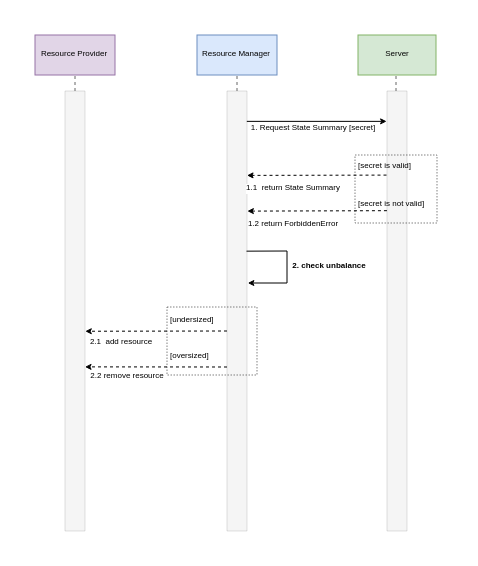
Earlier version of the draw.io diagram page "BALANCE CHECKING" (4 of 6) of Untitled Diagram.drawio (viniciusbds/diagrams). Source tidied: cells renumbered, new cells numbered last; positions are measured from the earlier drawing's top-left corner, leaving out a move shared by most shapes. Both pictures are drawn from the tidied source at 200%, with x=0, y=0 at pixel (34, 34).
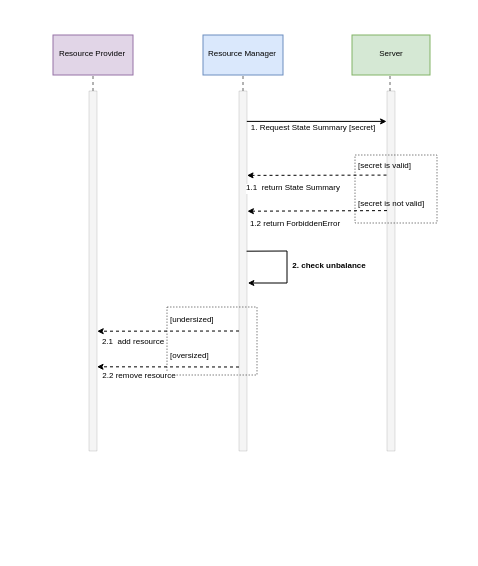
Above is the later version.

The edit, as a diff of the source:
```diff
@@
-    <mxCell id="2" style="edgeStyle=orthogonalEdgeStyle;rounded=0;jettySize=auto;html=1;exitX=0.5;exitY=0;exitDx=0;exitDy=0;endArrow=none;endFill=0;dashed=1;strokeWidth=0.5;fillColor=#f5f5f5;strokeColor=#666666;" parent="1" edge="1" source="3">
-      <mxGeometry relative="1" as="geometry">
-        <mxPoint x="101" y="8" as="targetPoint" />
-      </mxGeometry>
-    </mxCell>
-    <mxCell id="3" style="rounded=0;whiteSpace=wrap;html=1;fillColor=#f5f5f5;fontColor=#333333;strokeColor=#666666;strokeWidth=0;" parent="1" vertex="1">
-      <mxGeometry x="96" y="28" width="10" height="220" as="geometry" />
-    </mxCell>
-    <mxCell id="4" value="&lt;font style=&quot;font-size: 4px;&quot;&gt;Resource Manager&lt;/font&gt;" style="rounded=0;whiteSpace=wrap;html=1;strokeWidth=0.5;fillColor=#dae8fc;strokeColor=#6c8ebf;fontColor=default;align=center;verticalAlign=middle;spacing=2;fontSize=4;" parent="1" vertex="1">
-      <mxGeometry x="81" width="40" height="20" as="geometry" />
-    </mxCell>
+    <mxCell id="29" style="rounded=0;whiteSpace=wrap;html=1;fillColor=#f5f5f5;fontColor=#333333;strokeColor=#666666;strokeWidth=0;" parent="1" vertex="1">
+      <mxGeometry x="176" y="28" width="4" height="180" as="geometry" />
+    </mxCell>
+    <mxCell id="30" style="rounded=0;whiteSpace=wrap;html=1;fillColor=#f5f5f5;fontColor=#333333;strokeColor=#666666;strokeWidth=0;" parent="1" vertex="1">
+      <mxGeometry x="102" y="28" width="4" height="180" as="geometry" />
+    </mxCell>
     <mxCell id="5" value="&lt;font style=&quot;font-size: 4px;&quot;&gt;Server&lt;/font&gt;" style="rounded=0;whiteSpace=wrap;html=1;strokeWidth=0.5;fillColor=#d5e8d4;strokeColor=#82b366;verticalAlign=middle;fontSize=4;" parent="1" vertex="1">
-      <mxGeometry x="161.5" width="39" height="20" as="geometry" />
+      <mxGeometry x="158.5" width="39" height="20" as="geometry" />
     </mxCell>
-    <mxCell id="6" style="edgeStyle=orthogonalEdgeStyle;rounded=0;jettySize=auto;html=1;exitX=0.5;exitY=0;exitDx=0;exitDy=0;endArrow=none;endFill=0;dashed=1;strokeWidth=0.5;fillColor=#f5f5f5;strokeColor=#666666;entryX=0.5;entryY=1;entryDx=0;entryDy=0;" parent="1" edge="1" source="7">
+    <mxCell id="6" style="edgeStyle=orthogonalEdgeStyle;rounded=0;orthogonalLoop=1;jettySize=auto;html=1;exitX=0.5;exitY=0;exitDx=0;exitDy=0;endArrow=none;endFill=0;dashed=1;strokeWidth=0.5;fillColor=#f5f5f5;strokeColor=#666666;entryX=0.5;entryY=1;entryDx=0;entryDy=0;" parent="1" edge="1">
       <mxGeometry relative="1" as="geometry">
-        <mxPoint x="180.5" y="20" as="targetPoint" />
+        <mxPoint x="178" y="28" as="sourcePoint" />
+        <mxPoint x="177.5" y="20" as="targetPoint" />
         <Array as="points">
-          <mxPoint x="181" y="20" />
+          <mxPoint x="178" y="20" />
         </Array>
       </mxGeometry>
     </mxCell>
-    <mxCell id="7" style="rounded=0;whiteSpace=wrap;html=1;fillColor=#f5f5f5;fontColor=#333333;strokeColor=#666666;strokeWidth=0;" parent="1" vertex="1">
-      <mxGeometry x="176" y="28" width="10" height="220" as="geometry" />
-    </mxCell>
-    <mxCell id="8" style="endArrow=classic;html=1;rounded=0;fontSize=6;fontColor=#FFFFFF;strokeWidth=0.5;exitX=0.991;exitY=0.069;exitDx=0;exitDy=0;exitPerimeter=0;entryX=-0.019;entryY=0.069;entryDx=0;entryDy=0;entryPerimeter=0;endSize=2;" parent="1" edge="1" source="3" target="7">
-      <mxGeometry relative="1" as="geometry" />
+    <mxCell id="8" style="endArrow=classic;html=1;rounded=0;fontSize=6;fontColor=#FFFFFF;strokeWidth=0.5;exitX=0.991;exitY=0.069;exitDx=0;exitDy=0;exitPerimeter=0;entryX=-0.019;entryY=0.069;entryDx=0;entryDy=0;entryPerimeter=0;endSize=2;" parent="1" edge="1">
+      <mxGeometry relative="1" as="geometry">
+        <mxPoint x="105.9" y="43.2" as="sourcePoint" />
+        <mxPoint x="175.8" y="43.2" as="targetPoint" />
+      </mxGeometry>
     </mxCell>
@@
-    <mxCell id="10" style="edgeStyle=orthogonalEdgeStyle;rounded=0;jettySize=auto;html=1;exitX=0.5;exitY=0;exitDx=0;exitDy=0;endArrow=none;endFill=0;dashed=1;strokeWidth=0.5;fillColor=#f5f5f5;strokeColor=#666666;" parent="1" edge="1" source="11">
-      <mxGeometry relative="1" as="geometry">
-        <mxPoint x="20" y="8" as="targetPoint" />
-      </mxGeometry>
-    </mxCell>
-    <mxCell id="11" style="rounded=0;whiteSpace=wrap;html=1;fillColor=#f5f5f5;fontColor=#333333;strokeColor=#666666;strokeWidth=0;" parent="1" vertex="1">
-      <mxGeometry x="15" y="28" width="10" height="220" as="geometry" />
-    </mxCell>
-    <mxCell id="12" value="&lt;font style=&quot;font-size: 4px;&quot;&gt;Resource Provider&lt;/font&gt;" style="rounded=0;whiteSpace=wrap;html=1;strokeWidth=0.5;fillColor=#e1d5e7;strokeColor=#9673a6;align=center;verticalAlign=middle;spacing=2;fontSize=4;" parent="1" vertex="1">
-      <mxGeometry width="40" height="20" as="geometry" />
-    </mxCell>
@@
-    <mxCell id="18" style="endArrow=classic;html=1;rounded=0;fontSize=4;fontColor=#000000;endSize=2;strokeWidth=0.5;entryX=1.018;entryY=0.273;entryDx=0;entryDy=0;entryPerimeter=0;dashed=1;exitX=-0.003;exitY=0.272;exitDx=0;exitDy=0;exitPerimeter=0;" parent="1" edge="1" source="7" target="3">
-      <mxGeometry relative="1" as="geometry" />
+    <mxCell id="18" style="endArrow=classic;html=1;rounded=0;fontSize=4;fontColor=#000000;endSize=2;strokeWidth=0.5;entryX=1.018;entryY=0.273;entryDx=0;entryDy=0;entryPerimeter=0;dashed=1;exitX=-0.003;exitY=0.272;exitDx=0;exitDy=0;exitPerimeter=0;" parent="1" edge="1">
+      <mxGeometry relative="1" as="geometry">
+        <mxPoint x="176" y="87.8" as="sourcePoint" />
+        <mxPoint x="106.2" y="88.1" as="targetPoint" />
+      </mxGeometry>
     </mxCell>
@@
-    <mxCell id="24" style="endArrow=classic;html=1;rounded=0;fontSize=4;fontColor=#000000;endSize=2;strokeWidth=0.5;exitX=0.001;exitY=0.173;exitDx=0;exitDy=0;exitPerimeter=0;dashed=1;entryX=1.013;entryY=0.546;entryDx=0;entryDy=0;entryPerimeter=0;" parent="1" edge="1" target="11">
+    <mxCell id="24" style="endArrow=classic;html=1;rounded=0;fontSize=4;fontColor=#000000;endSize=2;strokeWidth=0.5;exitX=0.001;exitY=0.173;exitDx=0;exitDy=0;exitPerimeter=0;dashed=1;entryX=1.013;entryY=0.546;entryDx=0;entryDy=0;entryPerimeter=0;" parent="1" edge="1">
       <mxGeometry relative="1" as="geometry">
-        <mxPoint x="96" y="148" as="sourcePoint" />
+        <mxPoint x="102" y="148" as="sourcePoint" />
+        <mxPoint x="31.1" y="148.1" as="targetPoint" />
       </mxGeometry>
     </mxCell>
@@
-    <mxCell id="26" style="endArrow=classic;html=1;rounded=0;fontSize=4;fontColor=#000000;endSize=2;strokeWidth=0.5;exitX=0.001;exitY=0.173;exitDx=0;exitDy=0;exitPerimeter=0;dashed=1;entryX=1;entryY=0.627;entryDx=0;entryDy=0;entryPerimeter=0;" parent="1" edge="1" target="11">
+    <mxCell id="26" style="endArrow=classic;html=1;rounded=0;fontSize=4;fontColor=#000000;endSize=2;strokeWidth=0.5;exitX=0.001;exitY=0.173;exitDx=0;exitDy=0;exitPerimeter=0;dashed=1;entryX=1;entryY=0.627;entryDx=0;entryDy=0;entryPerimeter=0;" parent="1" edge="1">
       <mxGeometry relative="1" as="geometry">
-        <mxPoint x="96" y="166" as="sourcePoint" />
+        <mxPoint x="102" y="166" as="sourcePoint" />
+        <mxPoint x="31" y="165.9" as="targetPoint" />
       </mxGeometry>
     </mxCell>
@@
-    <mxCell id="28" style="endArrow=classic;html=1;rounded=0;fontSize=3;fontColor=#000000;endSize=2;strokeWidth=0.5;entryX=1.043;entryY=0.276;entryDx=0;entryDy=0;entryPerimeter=0;exitX=0.976;exitY=0.364;exitDx=0;exitDy=0;exitPerimeter=0;" parent="1" edge="1" source="3">
+    <mxCell id="28" style="endArrow=classic;html=1;rounded=0;fontSize=3;fontColor=#000000;endSize=2;strokeWidth=0.5;entryX=1.043;entryY=0.276;entryDx=0;entryDy=0;entryPerimeter=0;exitX=0.976;exitY=0.364;exitDx=0;exitDy=0;exitPerimeter=0;" parent="1" edge="1">
       <mxGeometry relative="1" as="geometry">
+        <mxPoint x="105.8" y="108.1" as="sourcePoint" />
         <mxPoint x="106.4" y="124" as="targetPoint" />
         <Array as="points">
           <mxPoint x="126" y="108" />
           <mxPoint x="126" y="124" />
           <mxPoint x="121" y="124" />
         </Array>
       </mxGeometry>
     </mxCell>
+    <mxCell id="31" style="edgeStyle=orthogonalEdgeStyle;rounded=0;jettySize=auto;html=1;exitX=0.5;exitY=0;exitDx=0;exitDy=0;endArrow=none;endFill=0;dashed=1;strokeWidth=0.5;fillColor=#f5f5f5;strokeColor=#666666;entryX=0.5;entryY=1;entryDx=0;entryDy=0;" parent="1" edge="1" source="32" target="12">
+      <mxGeometry relative="1" as="geometry">
+        <Array as="points">
+          <mxPoint x="29" y="28" />
+        </Array>
+      </mxGeometry>
+    </mxCell>
+    <mxCell id="32" style="rounded=0;whiteSpace=wrap;html=1;fillColor=#f5f5f5;fontColor=#333333;strokeColor=#666666;strokeWidth=0;" parent="1" vertex="1">
+      <mxGeometry x="27" y="28" width="4" height="180" as="geometry" />
+    </mxCell>
+    <mxCell id="12" value="&lt;font style=&quot;font-size: 4px;&quot;&gt;Resource Provider&lt;/font&gt;" style="rounded=0;whiteSpace=wrap;html=1;strokeWidth=0.5;fillColor=#e1d5e7;strokeColor=#9673a6;align=center;verticalAlign=middle;spacing=2;fontSize=4;" parent="1" vertex="1">
+      <mxGeometry x="9" width="40" height="20" as="geometry" />
+    </mxCell>
+    <mxCell id="4" value="&lt;font style=&quot;font-size: 4px;&quot;&gt;Resource Manager&lt;/font&gt;" style="rounded=0;whiteSpace=wrap;html=1;strokeWidth=0.5;fillColor=#dae8fc;strokeColor=#6c8ebf;fontColor=default;align=center;verticalAlign=middle;spacing=2;fontSize=4;" parent="1" vertex="1">
+      <mxGeometry x="84" width="40" height="20" as="geometry" />
+    </mxCell>
+    <mxCell id="33" style="edgeStyle=orthogonalEdgeStyle;rounded=0;orthogonalLoop=1;jettySize=auto;html=1;exitX=0.5;exitY=0;exitDx=0;exitDy=0;endArrow=none;endFill=0;dashed=1;strokeWidth=0.5;fillColor=#f5f5f5;strokeColor=#666666;entryX=0.5;entryY=1;entryDx=0;entryDy=0;" parent="1" edge="1">
+      <mxGeometry relative="1" as="geometry">
+        <mxPoint x="104" y="28" as="sourcePoint" />
+        <mxPoint x="104" y="20" as="targetPoint" />
+        <Array as="points">
+          <mxPoint x="104" y="28" />
+        </Array>
+      </mxGeometry>
+    </mxCell>
```
